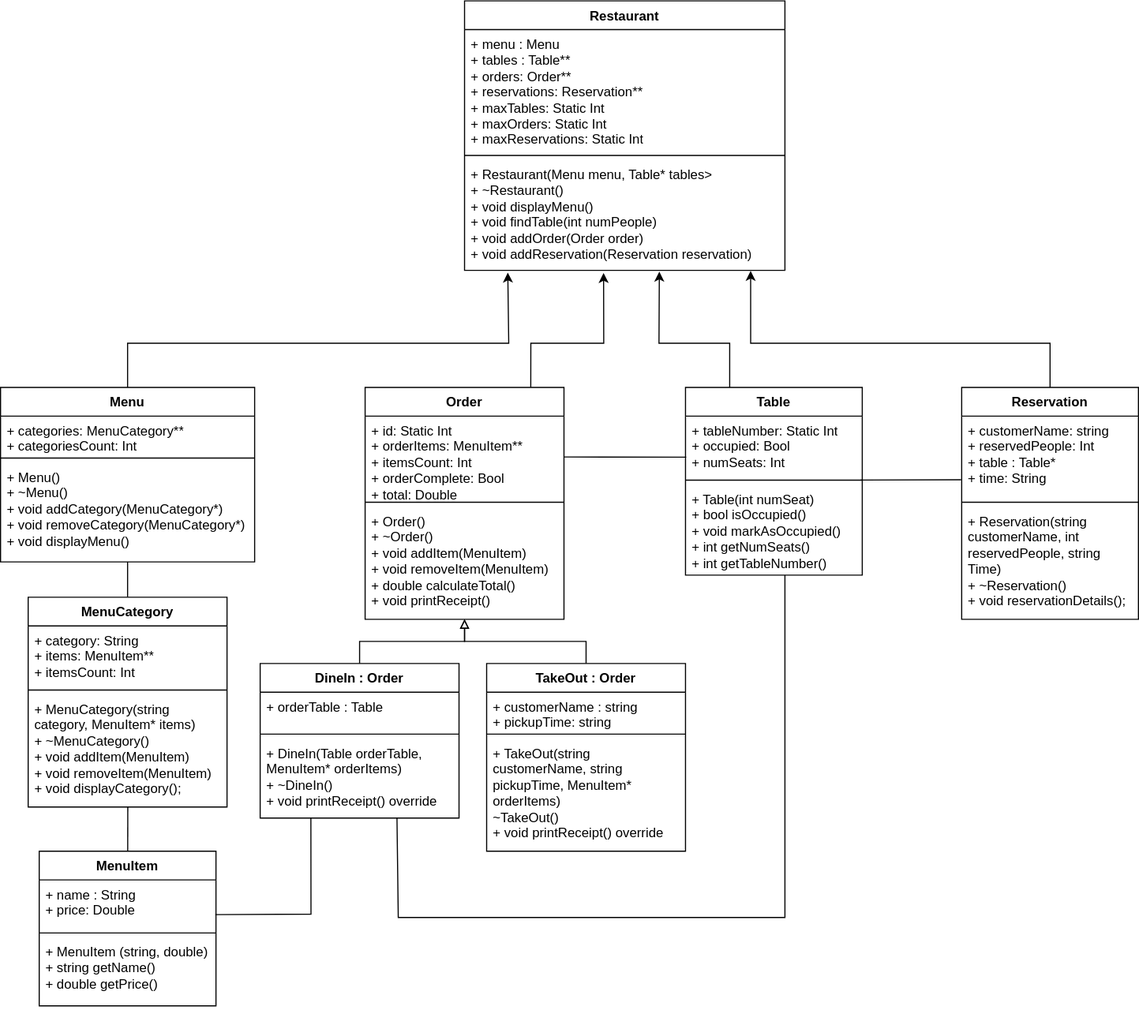
This is classDiagram.drawio.svg from mrkpkngn/restaurantOOP, a draw.io export, as it was before one commit. Source tidied: cells renumbered, new cells last; positions are measured from the earlier drawing's top-left corner, leaving out a move shared by most shapes.
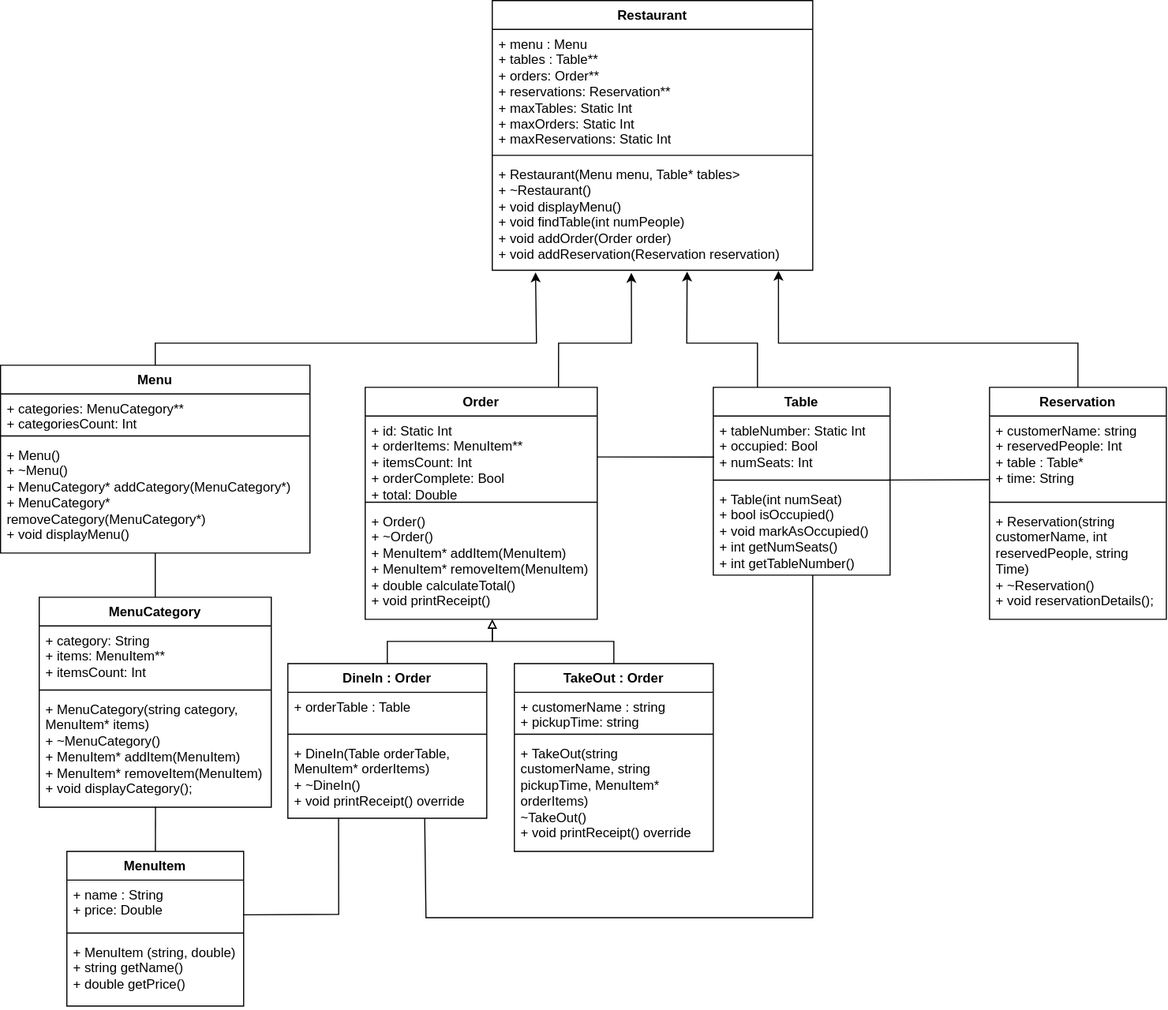
The same file after the commit.

Commit message:
fixed class diagram

The edit, as a diff of the source:
```diff
@@ -27,16 +27,16 @@
       <mxGeometry y="88" width="160" height="82" as="geometry" />
     </mxCell>
     <mxCell id="10" value="Order" style="swimlane;fontStyle=1;align=center;verticalAlign=top;horizontal=1;startSize=26;whiteSpace=wrap;html=1;" parent="1" vertex="1">
-      <mxGeometry x="330" y="350" width="180" height="210" as="geometry" />
+      <mxGeometry x="305" y="350" width="210" height="210" as="geometry" />
     </mxCell>
     <mxCell id="11" value="+ id: Static Int&lt;div&gt;+ orderItems: MenuItem**&lt;/div&gt;&lt;div&gt;+ itemsCount: Int&lt;/div&gt;&lt;div&gt;&lt;span style=&quot;background-color: transparent;&quot;&gt;+ orderComplete: Bool&lt;/span&gt;&lt;/div&gt;&lt;div&gt;+ total: Double&lt;/div&gt;" style="text;strokeColor=none;fillColor=none;align=left;verticalAlign=top;spacingLeft=4;spacingRight=4;overflow=hidden;points=[[0,0.5],[1,0.5]];portConstraint=eastwest;whiteSpace=wrap;html=1;" parent="10" vertex="1">
-      <mxGeometry y="26" width="180" height="74" as="geometry" />
+      <mxGeometry y="26" width="210" height="74" as="geometry" />
     </mxCell>
     <mxCell id="12" style="line;strokeWidth=1;fillColor=none;align=left;verticalAlign=middle;spacingTop=-1;spacingLeft=3;spacingRight=3;labelPosition=right;strokeColor=inherit;" parent="10" vertex="1">
-      <mxGeometry y="100" width="180" height="8" as="geometry" />
+      <mxGeometry y="100" width="210" height="8" as="geometry" />
     </mxCell>
-    <mxCell id="13" value="+ Order()&lt;div&gt;&lt;font color=&quot;#000000&quot;&gt;+ ~Order()&lt;br&gt;&lt;/font&gt;&lt;div&gt;+ void addItem(MenuItem)&lt;/div&gt;&lt;div&gt;+ void removeItem(MenuItem)&lt;/div&gt;&lt;div&gt;+ double calculateTotal()&lt;/div&gt;&lt;div&gt;+ void printReceipt()&lt;/div&gt;&lt;div&gt;&lt;br&gt;&lt;/div&gt;&lt;/div&gt;" style="text;strokeColor=none;fillColor=none;align=left;verticalAlign=top;spacingLeft=4;spacingRight=4;overflow=hidden;whiteSpace=wrap;html=1;" parent="10" vertex="1">
-      <mxGeometry y="108" width="180" height="102" as="geometry" />
+    <mxCell id="13" value="+ Order()&lt;div&gt;&lt;font color=&quot;#000000&quot;&gt;+ ~Order()&lt;br&gt;&lt;/font&gt;&lt;div&gt;+ MenuItem* addItem(MenuItem)&lt;/div&gt;&lt;div&gt;+ MenuItem* removeItem(MenuItem)&lt;/div&gt;&lt;div&gt;+ double calculateTotal()&lt;/div&gt;&lt;div&gt;+ void printReceipt()&lt;/div&gt;&lt;div&gt;&lt;br&gt;&lt;/div&gt;&lt;/div&gt;" style="text;strokeColor=none;fillColor=none;align=left;verticalAlign=top;spacingLeft=4;spacingRight=4;overflow=hidden;whiteSpace=wrap;html=1;" parent="10" vertex="1">
+      <mxGeometry y="108" width="210" height="102" as="geometry" />
     </mxCell>
     <mxCell id="14" value="DineIn : Order" style="swimlane;fontStyle=1;align=center;verticalAlign=top;horizontal=1;startSize=26;whiteSpace=wrap;html=1;" parent="1" vertex="1">
       <mxGeometry x="235" y="600" width="180" height="140" as="geometry" />
@@ -66,16 +66,16 @@
       <mxGeometry relative="1" as="geometry" />
     </mxCell>
     <mxCell id="23" value="MenuCategory" style="swimlane;fontStyle=1;align=center;verticalAlign=top;horizontal=1;startSize=26;whiteSpace=wrap;html=1;" parent="1" vertex="1">
-      <mxGeometry x="25" y="540" width="180" height="190" as="geometry" />
+      <mxGeometry x="10" y="540" width="210" height="190" as="geometry" />
     </mxCell>
     <mxCell id="24" value="+ category: String&lt;div&gt;+ items: MenuItem**&lt;/div&gt;&lt;div&gt;+ itemsCount: Int&lt;/div&gt;" style="text;strokeColor=none;fillColor=none;align=left;verticalAlign=top;spacingLeft=4;spacingRight=4;overflow=hidden;whiteSpace=wrap;html=1;" parent="23" vertex="1">
-      <mxGeometry y="26" width="180" height="54" as="geometry" />
+      <mxGeometry y="26" width="210" height="54" as="geometry" />
     </mxCell>
     <mxCell id="25" style="line;strokeWidth=1;fillColor=none;align=left;verticalAlign=middle;spacingTop=-1;spacingLeft=3;spacingRight=3;labelPosition=right;strokeColor=inherit;" parent="23" vertex="1">
-      <mxGeometry y="80" width="180" height="8" as="geometry" />
+      <mxGeometry y="80" width="210" height="8" as="geometry" />
     </mxCell>
-    <mxCell id="26" value="+ MenuCategory(string category, MenuItem* items)&lt;div&gt;&lt;font color=&quot;#000000&quot;&gt;+ ~MenuCategory()&lt;br&gt;&lt;/font&gt;&lt;div&gt;+ void addItem(MenuItem)&lt;/div&gt;&lt;div&gt;+ void removeItem(MenuItem)&lt;/div&gt;&lt;div&gt;+ void displayCategory();&lt;/div&gt;&lt;div&gt;&lt;br&gt;&lt;/div&gt;&lt;/div&gt;" style="text;strokeColor=none;fillColor=none;align=left;verticalAlign=top;spacingLeft=4;spacingRight=4;overflow=hidden;points=[[0,0.5],[1,0.5]];portConstraint=eastwest;whiteSpace=wrap;html=1;" parent="23" vertex="1">
-      <mxGeometry y="88" width="180" height="102" as="geometry" />
+    <mxCell id="26" value="+ MenuCategory(string category, MenuItem* items)&lt;div&gt;&lt;font color=&quot;#000000&quot;&gt;+ ~MenuCategory()&lt;br&gt;&lt;/font&gt;&lt;div&gt;+ MenuItem* addItem(MenuItem)&lt;/div&gt;&lt;div&gt;+ MenuItem* removeItem(MenuItem)&lt;/div&gt;&lt;div&gt;+ void displayCategory();&lt;/div&gt;&lt;div&gt;&lt;br&gt;&lt;/div&gt;&lt;/div&gt;" style="text;strokeColor=none;fillColor=none;align=left;verticalAlign=top;spacingLeft=4;spacingRight=4;overflow=hidden;points=[[0,0.5],[1,0.5]];portConstraint=eastwest;whiteSpace=wrap;html=1;" parent="23" vertex="1">
+      <mxGeometry y="88" width="210" height="102" as="geometry" />
     </mxCell>
     <mxCell id="27" style="edgeStyle=none;html=1;exitX=0.5;exitY=0;exitDx=0;exitDy=0;entryX=0.135;entryY=1.02;entryDx=0;entryDy=0;entryPerimeter=0;rounded=0;curved=0;" parent="1" edge="1" source="28" target="39">
       <mxGeometry relative="1" as="geometry">
@@ -86,16 +86,16 @@
       </mxGeometry>
     </mxCell>
     <mxCell id="28" value="Menu" style="swimlane;fontStyle=1;align=center;verticalAlign=top;horizontal=1;startSize=26;whiteSpace=wrap;html=1;" parent="1" vertex="1">
-      <mxGeometry y="350" width="230" height="158" as="geometry" />
+      <mxGeometry x="-25" y="330" width="280" height="170" as="geometry" />
     </mxCell>
     <mxCell id="29" value="&lt;div&gt;+ categories: MenuCategory**&lt;/div&gt;&lt;div&gt;+ categoriesCount: Int&lt;/div&gt;" style="text;strokeColor=none;fillColor=none;align=left;verticalAlign=top;spacingLeft=4;spacingRight=4;overflow=hidden;whiteSpace=wrap;html=1;" parent="28" vertex="1">
-      <mxGeometry y="26" width="230" height="34" as="geometry" />
+      <mxGeometry y="26" width="280" height="34" as="geometry" />
     </mxCell>
     <mxCell id="30" style="line;strokeWidth=1;fillColor=none;align=left;verticalAlign=middle;spacingTop=-1;spacingLeft=3;spacingRight=3;labelPosition=right;strokeColor=inherit;" parent="28" vertex="1">
-      <mxGeometry y="60" width="230" height="8" as="geometry" />
+      <mxGeometry y="60" width="280" height="8" as="geometry" />
     </mxCell>
-    <mxCell id="31" value="+ Menu()&lt;div&gt;&lt;font color=&quot;#000000&quot;&gt;+ ~Menu()&lt;/font&gt;&lt;/div&gt;&lt;div&gt;&lt;font color=&quot;#000000&quot;&gt;&lt;font color=&quot;#000000&quot;&gt;+ void addCategory(MenuCategory*)&lt;/font&gt;&lt;/font&gt;&lt;/div&gt;&lt;div&gt;&lt;font color=&quot;#000000&quot;&gt;&lt;font color=&quot;#000000&quot;&gt;+ void removeCategory(MenuCategory*)&lt;br&gt;&lt;/font&gt;&lt;/font&gt;&lt;div&gt;+ void displayMenu()&lt;/div&gt;&lt;div&gt;&lt;br&gt;&lt;/div&gt;&lt;/div&gt;" style="text;strokeColor=none;fillColor=none;align=left;verticalAlign=top;spacingLeft=4;spacingRight=4;overflow=hidden;points=[[0,0.5],[1,0.5]];portConstraint=eastwest;whiteSpace=wrap;html=1;" parent="28" vertex="1">
-      <mxGeometry y="68" width="230" height="90" as="geometry" />
+    <mxCell id="31" value="+ Menu()&lt;div&gt;&lt;font color=&quot;#000000&quot;&gt;+ ~Menu()&lt;/font&gt;&lt;/div&gt;&lt;div&gt;&lt;font color=&quot;#000000&quot;&gt;&lt;font color=&quot;#000000&quot;&gt;+ MenuCategory* addCategory(MenuCategory*)&lt;/font&gt;&lt;/font&gt;&lt;/div&gt;&lt;div&gt;&lt;font color=&quot;#000000&quot;&gt;&lt;font color=&quot;#000000&quot;&gt;+ MenuCategory* removeCategory(MenuCategory*)&lt;br&gt;&lt;/font&gt;&lt;/font&gt;&lt;div&gt;+ void displayMenu()&lt;/div&gt;&lt;div&gt;&lt;br&gt;&lt;/div&gt;&lt;/div&gt;" style="text;strokeColor=none;fillColor=none;align=left;verticalAlign=top;spacingLeft=4;spacingRight=4;overflow=hidden;points=[[0,0.5],[1,0.5]];portConstraint=eastwest;whiteSpace=wrap;html=1;" parent="28" vertex="1">
+      <mxGeometry y="68" width="280" height="102" as="geometry" />
     </mxCell>
     <mxCell id="32" value="Reservation" style="swimlane;fontStyle=1;align=center;verticalAlign=top;horizontal=1;startSize=26;whiteSpace=wrap;html=1;" parent="1" vertex="1">
       <mxGeometry x="870" y="350" width="160" height="210" as="geometry" />
```
